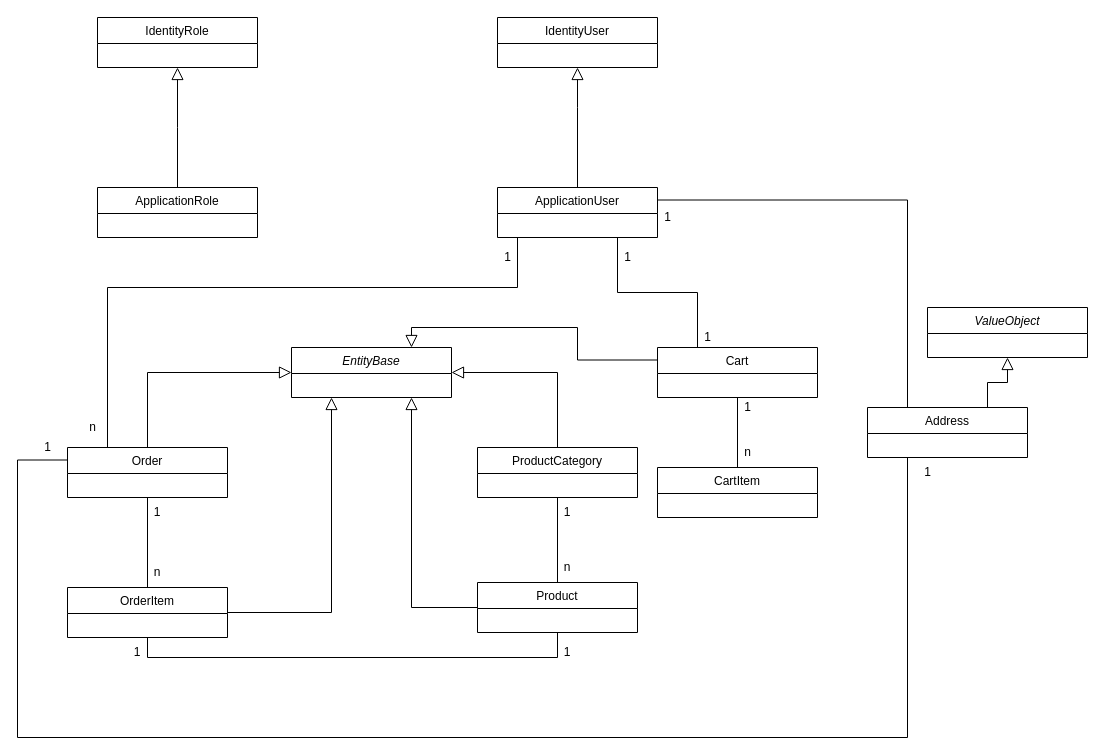
Before: page "Class Diagram" (2 of 2) of CurlyCircleDiagrams.drawio in Maxtr0n/CurlycircleWebshop, a draw.io diagram. Source tidied: cells renumbered, new cells numbered last; positions are measured from the earlier drawing's top-left corner, leaving out a move shared by most shapes. Both pictures are drawn from the tidied source at 100%, with x=0, y=0 at pixel (17, 17).
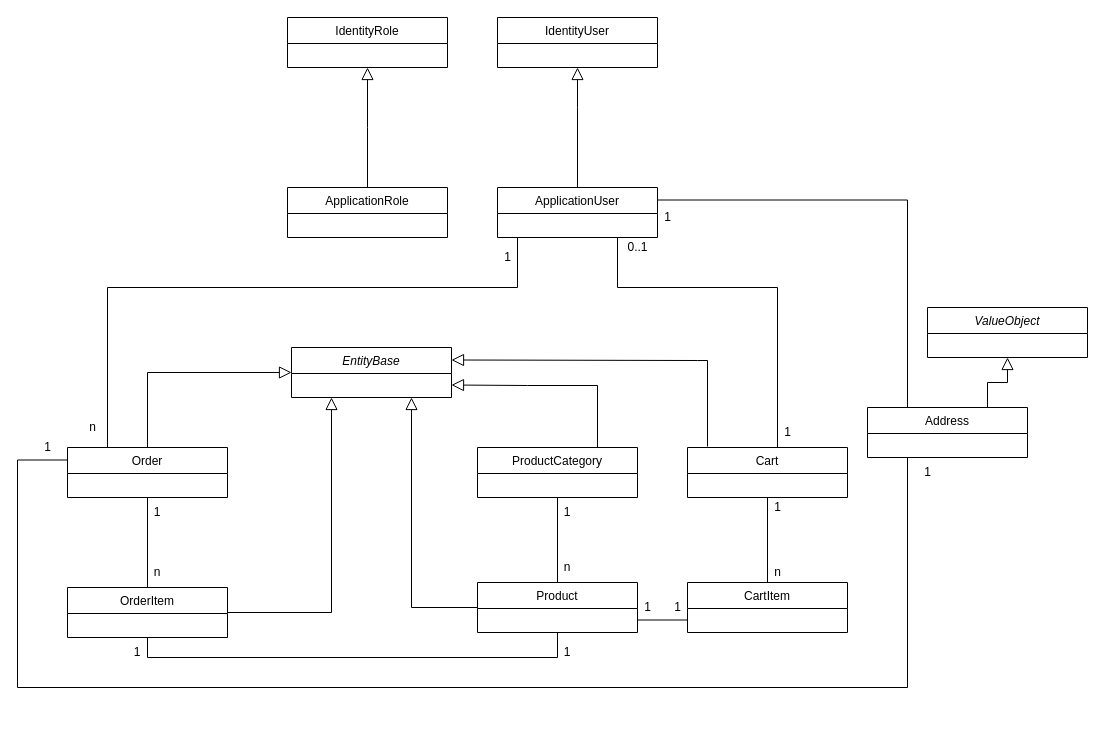
The same diagram, later.

Unchanged cells that the change refers to:
```xml
<mxCell id="4" value="ApplicationUser" style="swimlane;fontStyle=0;align=center;verticalAlign=top;horizontal=1;startSize=26;rounded=0;shadow=0;strokeWidth=1;" parent="1" vertex="1">
  <mxGeometry x="480" y="170" width="160" height="50" as="geometry" />
</mxCell>
<mxCell id="11" value="Order" style="swimlane;fontStyle=0;align=center;verticalAlign=top;horizontal=1;startSize=26;rounded=0;shadow=0;strokeWidth=1;" parent="1" vertex="1">
  <mxGeometry x="50" y="430" width="160" height="50" as="geometry" />
</mxCell>
<mxCell id="14" value="Product" style="swimlane;fontStyle=0;align=center;verticalAlign=top;horizontal=1;startSize=26;rounded=0;shadow=0;strokeWidth=1;" parent="1" vertex="1">
  <mxGeometry x="460" y="565" width="160" height="50" as="geometry" />
</mxCell>
<mxCell id="16" value="ProductCategory" style="swimlane;fontStyle=0;align=center;verticalAlign=top;horizontal=1;startSize=26;rounded=0;shadow=0;strokeWidth=1;" parent="1" vertex="1">
  <mxGeometry x="460" y="430" width="160" height="50" as="geometry" />
</mxCell>
<mxCell id="17" value="EntityBase" style="swimlane;fontStyle=2;align=center;verticalAlign=top;horizontal=1;startSize=26;rounded=0;shadow=0;strokeWidth=1;" parent="1" vertex="1">
  <mxGeometry x="274" y="330" width="160" height="50" as="geometry" />
</mxCell>
<mxCell id="38" value="Address" style="swimlane;fontStyle=0;align=center;verticalAlign=top;horizontal=1;startSize=26;rounded=0;shadow=0;strokeWidth=1;" parent="1" vertex="1">
  <mxGeometry x="850" y="390" width="160" height="50" as="geometry" />
</mxCell>
```

What changed in the source:
```diff
@@
     <mxCell id="2" value="IdentityRole" style="swimlane;fontStyle=0;align=center;verticalAlign=top;horizontal=1;startSize=26;rounded=0;shadow=0;strokeWidth=1;" parent="1" vertex="1">
-      <mxGeometry x="80" width="160" height="50" as="geometry" />
+      <mxGeometry x="270" width="160" height="50" as="geometry" />
     </mxCell>
@@
     <mxCell id="7" value="ApplicationRole" style="swimlane;fontStyle=0;align=center;verticalAlign=top;horizontal=1;startSize=26;rounded=0;shadow=0;strokeWidth=1;" parent="1" vertex="1">
-      <mxGeometry x="80" y="170" width="160" height="50" as="geometry" />
+      <mxGeometry x="270" y="170" width="160" height="50" as="geometry" />
     </mxCell>
     <mxCell id="8" style="endArrow=block;endSize=10;endFill=0;shadow=0;strokeWidth=1;rounded=0;edgeStyle=elbowEdgeStyle;elbow=vertical;" parent="1" edge="1" source="7">
       <mxGeometry relative="1" as="geometry">
-        <mxPoint x="160" y="50" as="targetPoint" />
+        <mxPoint x="350" y="50" as="targetPoint" />
       </mxGeometry>
     </mxCell>
@@
     <mxCell id="10" style="edgeStyle=orthogonalEdgeStyle;rounded=0;jettySize=auto;html=1;exitX=0;exitY=0.25;exitDx=0;exitDy=0;entryX=0.25;entryY=1;entryDx=0;entryDy=0;endArrow=none;endFill=0;" parent="1" edge="1" source="11" target="38">
       <mxGeometry relative="1" as="geometry">
         <Array as="points">
           <mxPoint y="443" />
-          <mxPoint y="720" />
-          <mxPoint x="890" y="720" />
+          <mxPoint y="670" />
+          <mxPoint x="890" y="670" />
         </Array>
       </mxGeometry>
     </mxCell>
@@
-    <mxCell id="18" style="endArrow=block;endSize=10;endFill=0;shadow=0;strokeWidth=1;rounded=0;edgeStyle=elbowEdgeStyle;elbow=vertical;entryX=1;entryY=0.5;entryDx=0;entryDy=0;exitX=0.5;exitY=0;exitDx=0;exitDy=0;" parent="1" edge="1" source="16" target="17">
-      <mxGeometry relative="1" as="geometry">
-        <Array as="points">
-          <mxPoint x="490" y="355" />
-        </Array>
-      </mxGeometry>
-    </mxCell>
@@
-    <mxCell id="30" style="edgeStyle=orthogonalEdgeStyle;rounded=0;jettySize=auto;html=1;exitX=0.25;exitY=0;exitDx=0;exitDy=0;entryX=0.75;entryY=1;entryDx=0;entryDy=0;endArrow=none;endFill=0;" parent="1" edge="1" source="33" target="4">
-      <mxGeometry relative="1" as="geometry" />
+    <mxCell id="30" style="edgeStyle=orthogonalEdgeStyle;rounded=0;jettySize=auto;html=1;entryX=0.75;entryY=1;entryDx=0;entryDy=0;endArrow=none;endFill=0;exitX=0.569;exitY=0.04;exitDx=0;exitDy=0;exitPerimeter=0;" parent="1" edge="1" source="33" target="4">
+      <mxGeometry relative="1" as="geometry">
+        <Array as="points">
+          <mxPoint x="760" y="432" />
+          <mxPoint x="760" y="270" />
+          <mxPoint x="600" y="270" />
+        </Array>
+      </mxGeometry>
     </mxCell>
-    <mxCell id="31" style="edgeStyle=orthogonalEdgeStyle;rounded=0;jettySize=auto;html=1;exitX=0;exitY=0.25;exitDx=0;exitDy=0;entryX=0.75;entryY=0;entryDx=0;entryDy=0;endArrow=block;endFill=0;endSize=10;" parent="1" edge="1" source="33" target="17">
+    <mxCell id="31" style="edgeStyle=orthogonalEdgeStyle;rounded=0;jettySize=auto;html=1;exitX=0.125;exitY=-0.02;exitDx=0;exitDy=0;entryX=1;entryY=0.25;entryDx=0;entryDy=0;endArrow=block;endFill=0;endSize=10;exitPerimeter=0;" parent="1" edge="1" source="33" target="17">
       <mxGeometry relative="1" as="geometry">
         <Array as="points">
-          <mxPoint x="560" y="343" />
-          <mxPoint x="560" y="310" />
-          <mxPoint x="394" y="310" />
+          <mxPoint x="680" y="343" />
+          <mxPoint x="500" y="343" />
         </Array>
       </mxGeometry>
     </mxCell>
@@
     <mxCell id="33" value="Cart" style="swimlane;fontStyle=0;align=center;verticalAlign=top;horizontal=1;startSize=26;rounded=0;shadow=0;strokeWidth=1;" parent="1" vertex="1">
-      <mxGeometry x="640" y="330" width="160" height="50" as="geometry" />
+      <mxGeometry x="670" y="430" width="160" height="50" as="geometry" />
     </mxCell>
-    <mxCell id="34" value="1" style="text;html=1;align=center;verticalAlign=middle;strokeColor=none;fillColor=none;" parent="1" vertex="1">
-      <mxGeometry x="600" y="230" width="20" height="20" as="geometry" />
+    <mxCell id="34" value="0..1" style="text;html=1;align=center;verticalAlign=middle;strokeColor=none;fillColor=none;" parent="1" vertex="1">
+      <mxGeometry x="600" y="220" width="40" height="20" as="geometry" />
     </mxCell>
     <mxCell id="35" value="1" style="text;html=1;align=center;verticalAlign=middle;strokeColor=none;fillColor=none;" parent="1" vertex="1">
-      <mxGeometry x="680" y="310" width="20" height="20" as="geometry" />
+      <mxGeometry x="760" y="405" width="20" height="20" as="geometry" />
     </mxCell>
@@
     <mxCell id="43" value="CartItem" style="swimlane;fontStyle=0;align=center;verticalAlign=top;horizontal=1;startSize=26;rounded=0;shadow=0;strokeWidth=1;" parent="1" vertex="1">
-      <mxGeometry x="640" y="450" width="160" height="50" as="geometry" />
+      <mxGeometry x="670" y="565" width="160" height="50" as="geometry" />
     </mxCell>
     <mxCell id="44" value="1" style="text;html=1;align=center;verticalAlign=middle;strokeColor=none;fillColor=none;" parent="1" vertex="1">
-      <mxGeometry x="720" y="380" width="20" height="20" as="geometry" />
+      <mxGeometry x="750" y="480" width="20" height="20" as="geometry" />
     </mxCell>
     <mxCell id="45" value="n" style="text;html=1;align=center;verticalAlign=middle;strokeColor=none;fillColor=none;" parent="1" vertex="1">
-      <mxGeometry x="720" y="425" width="20" height="20" as="geometry" />
+      <mxGeometry x="750" y="545" width="20" height="20" as="geometry" />
     </mxCell>
+    <mxCell id="18" style="edgeStyle=orthogonalEdgeStyle;rounded=0;jettySize=auto;html=1;exitX=0.75;exitY=0;exitDx=0;exitDy=0;entryX=1;entryY=0.75;entryDx=0;entryDy=0;endArrow=block;endFill=0;endSize=10;" parent="1" edge="1" source="16" target="17">
+      <mxGeometry relative="1" as="geometry">
+        <Array as="points">
+          <mxPoint x="580" y="368" />
+          <mxPoint x="510" y="368" />
+        </Array>
+      </mxGeometry>
+    </mxCell>
+    <mxCell id="46" style="edgeStyle=orthogonalEdgeStyle;rounded=0;jettySize=auto;html=1;endArrow=none;endFill=0;exitX=1;exitY=0.75;exitDx=0;exitDy=0;entryX=0;entryY=0.75;entryDx=0;entryDy=0;" parent="1" edge="1" source="14" target="43">
+      <mxGeometry relative="1" as="geometry" />
+    </mxCell>
+    <mxCell id="47" value="1" style="text;html=1;align=center;verticalAlign=middle;strokeColor=none;fillColor=none;" parent="1" vertex="1">
+      <mxGeometry x="620" y="580" width="20" height="20" as="geometry" />
+    </mxCell>
+    <mxCell id="48" value="1" style="text;html=1;align=center;verticalAlign=middle;strokeColor=none;fillColor=none;" parent="1" vertex="1">
+      <mxGeometry x="650" y="580" width="20" height="20" as="geometry" />
+    </mxCell>
```
